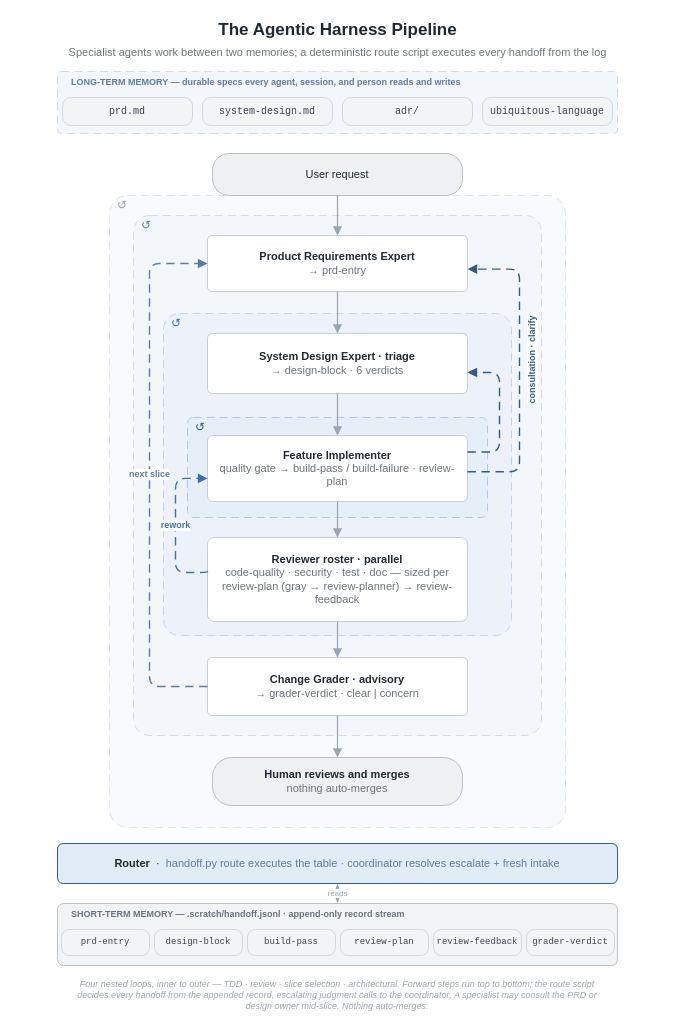
The draw.io diagram docs/images/pipeline-flow.drawio in woditschka/agentic-coding-reference, before the edit. Source tidied: cells renumbered, new cells numbered last; positions are measured from the earlier drawing's top-left corner, leaving out a move shared by most shapes. Both pictures are drawn from the tidied source at 100%, with x=0, y=0 at pixel (17, 17).
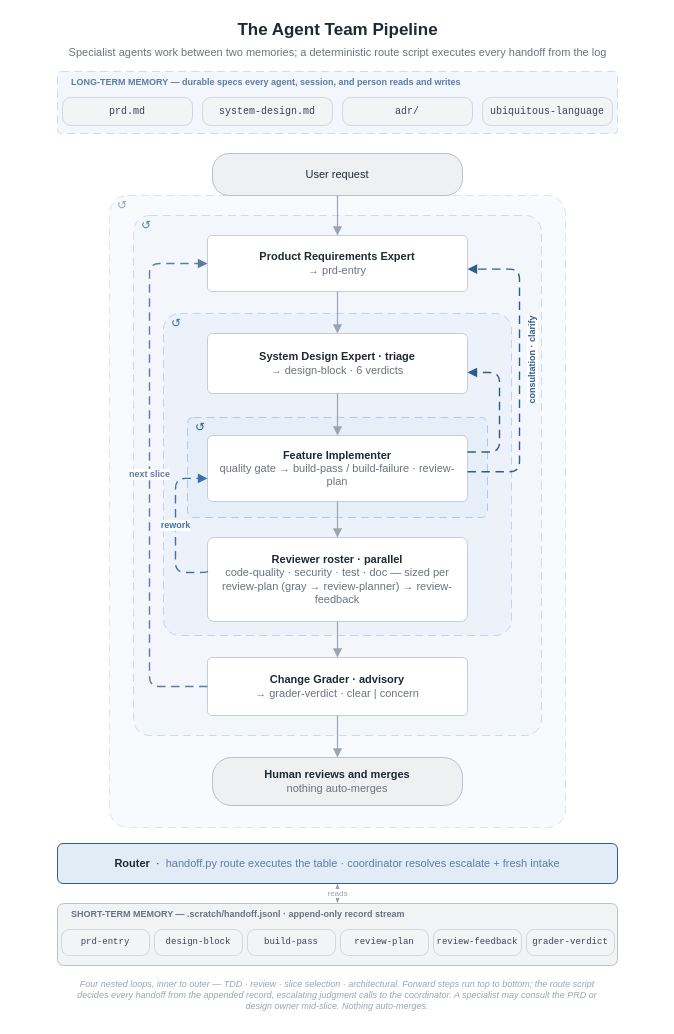
Above is the later version.

Commit message (it also covers changes not shown here):
docs: name the product agent-team; add walkthrough

What changed in the source:
```diff
@@
-    <mxCell id="2" value="The Agentic Harness Pipeline" style="text;html=1;align=center;verticalAlign=middle;fontSize=17;fontStyle=1;fontColor=#1F2933;" parent="1" vertex="1">
+    <mxCell id="2" value="The Agent Team Pipeline" style="text;html=1;align=center;verticalAlign=middle;fontSize=17;fontStyle=1;fontColor=#1F2933;" parent="1" vertex="1">
       <mxGeometry width="640" height="26" as="geometry" />
     </mxCell>
```
